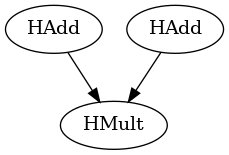
Before: lib/fusion/graph_fhe.png, a diagram exported from Graphviz (hal-lab-u-tokyo/PolyFHE). Its source is kept beside it as lib/fusion/graph_fhe.dot. Source of this version:
```dot
digraph G {
0 [label=HAdd];
1 [label=HAdd];
2 [label=HMult];
0->2 ;
1->2 ;
}
```
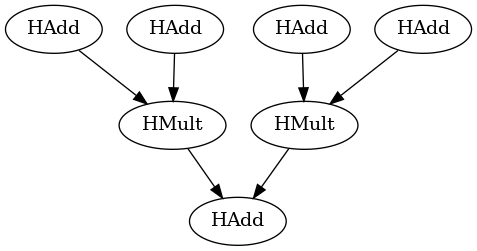
The same file after the commit.

Diff of the diagram source:
```diff
@@ -2,6 +2,14 @@
 0 [label=HAdd];
 1 [label=HAdd];
 2 [label=HMult];
+3 [label=HAdd];
+4 [label=HAdd];
+5 [label=HMult];
+6 [label=HAdd];
 0->2 ;
 1->2 ;
+2->6 ;
+3->5 ;
+4->5 ;
+5->6 ;
 }
```
